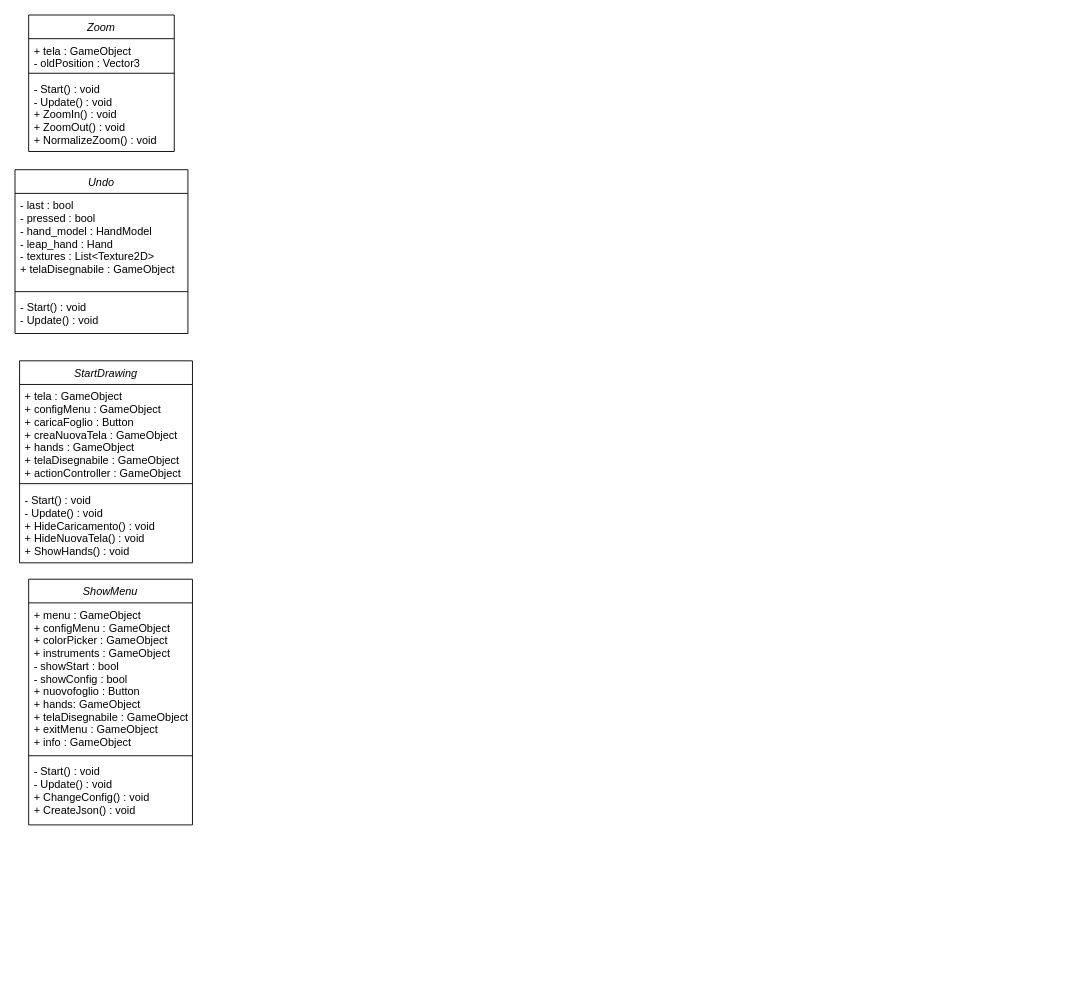
LuMug/VirtualPainter keeps this draw.io diagram as Documentazione/class_diagram_2.drawio. Above is the earlier version. Source tidied: cells renumbered, new cells numbered last; positions are measured from the earlier drawing's top-left corner, leaving out a move shared by most shapes. Both pictures are drawn from the tidied source at 91%, with x=0, y=0 at pixel (15, 15).
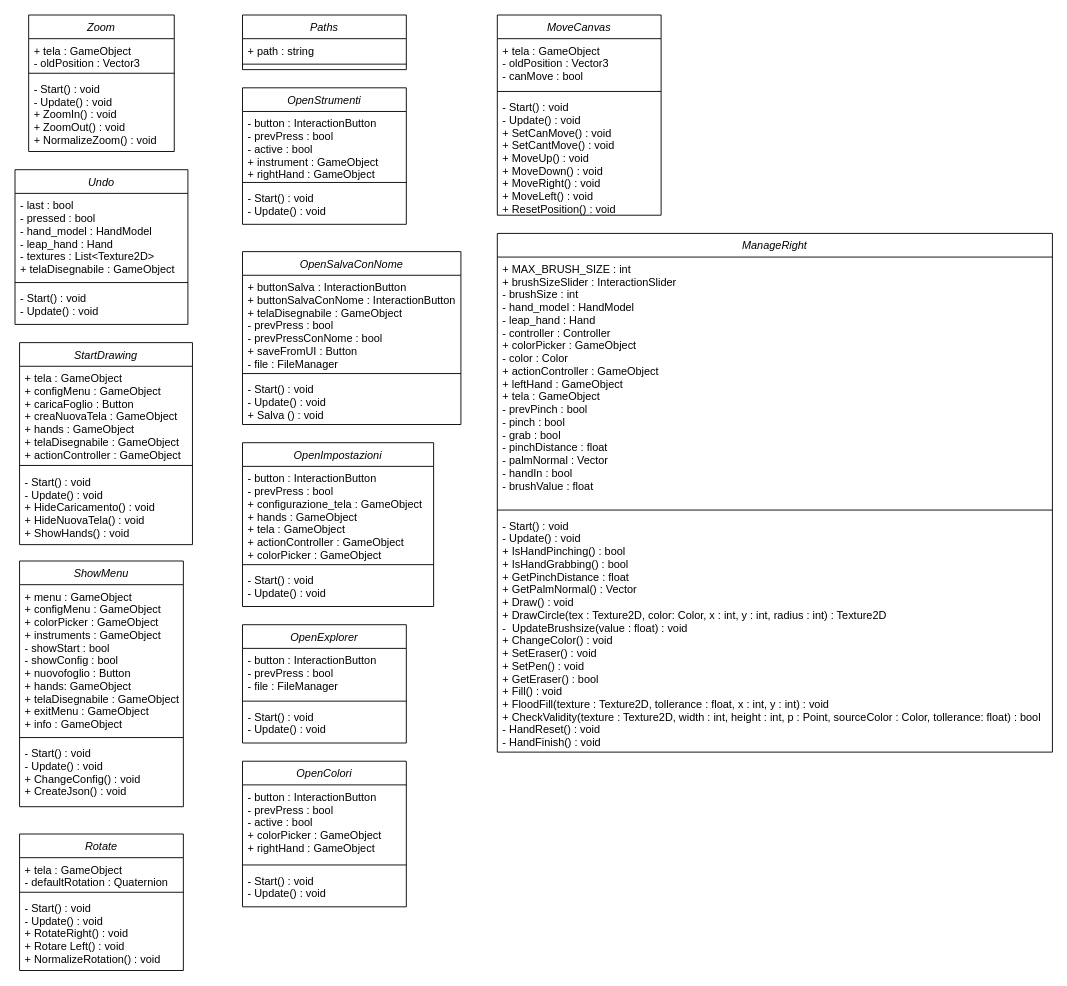
The same diagram, later.

What changed in the source:
```diff
@@
     <mxCell id="6" value="Undo" style="swimlane;fontStyle=2;align=center;verticalAlign=top;horizontal=1;startSize=26;rounded=0;shadow=0;strokeWidth=1;" parent="1" vertex="1">
-      <mxGeometry y="170" width="190" height="180" as="geometry" />
+      <mxGeometry y="170" width="190" height="170" as="geometry" />
     </mxCell>
     <mxCell id="7" value="- last : bool&#10;- pressed : bool&#10;- hand_model : HandModel&#10;- leap_hand : Hand&#10;- textures : List&lt;Texture2D&gt;&#10;+ telaDisegnabile : GameObject" style="text;align=left;verticalAlign=top;spacingLeft=4;spacingRight=4;overflow=hidden;" parent="6" vertex="1">
-      <mxGeometry y="26" width="190" height="104" as="geometry" />
+      <mxGeometry y="26" width="190" height="94" as="geometry" />
     </mxCell>
     <mxCell id="8" style="line;html=1;strokeWidth=1;align=left;verticalAlign=middle;spacingTop=-1;spacingLeft=3;spacingRight=3;labelPosition=right;" parent="6" vertex="1">
-      <mxGeometry y="130" width="190" height="8" as="geometry" />
+      <mxGeometry y="120" width="190" height="8" as="geometry" />
     </mxCell>
     <mxCell id="9" value="- Start() : void&#10;- Update() : void" style="text;align=left;verticalAlign=top;spacingLeft=4;spacingRight=4;overflow=hidden;" parent="6" vertex="1">
-      <mxGeometry y="138" width="190" height="42" as="geometry" />
+      <mxGeometry y="128" width="190" height="42" as="geometry" />
     </mxCell>
     <mxCell id="10" value="StartDrawing" style="swimlane;fontStyle=2;align=center;verticalAlign=top;horizontal=1;startSize=26;rounded=0;shadow=0;strokeWidth=1;" parent="1" vertex="1">
-      <mxGeometry x="5" y="380" width="190" height="222" as="geometry" />
+      <mxGeometry x="5" y="360" width="190" height="222" as="geometry" />
     </mxCell>
@@
     <mxCell id="14" value="ShowMenu" style="swimlane;fontStyle=2;align=center;verticalAlign=top;horizontal=1;startSize=26;rounded=0;shadow=0;strokeWidth=1;" parent="1" vertex="1">
-      <mxGeometry x="15" y="620" width="180" height="270" as="geometry" />
+      <mxGeometry x="5" y="600" width="180" height="270" as="geometry" />
     </mxCell>
@@
+    <mxCell id="18" value="Rotate" style="swimlane;fontStyle=2;align=center;verticalAlign=top;horizontal=1;startSize=26;rounded=0;shadow=0;strokeWidth=1;" parent="1" vertex="1">
+      <mxGeometry x="5" y="900" width="180" height="150" as="geometry" />
+    </mxCell>
+    <mxCell id="19" value="+ tela : GameObject&#10;- defaultRotation : Quaternion" style="text;align=left;verticalAlign=top;spacingLeft=4;spacingRight=4;overflow=hidden;" parent="18" vertex="1">
+      <mxGeometry y="26" width="180" height="34" as="geometry" />
+    </mxCell>
+    <mxCell id="20" style="line;html=1;strokeWidth=1;align=left;verticalAlign=middle;spacingTop=-1;spacingLeft=3;spacingRight=3;labelPosition=right;" parent="18" vertex="1">
+      <mxGeometry y="60" width="180" height="8" as="geometry" />
+    </mxCell>
+    <mxCell id="21" value="- Start() : void&#10;- Update() : void&#10;+ RotateRight() : void&#10;+ Rotare Left() : void&#10;+ NormalizeRotation() : void" style="text;align=left;verticalAlign=top;spacingLeft=4;spacingRight=4;overflow=hidden;" parent="18" vertex="1">
+      <mxGeometry y="68" width="180" height="82" as="geometry" />
+    </mxCell>
+    <mxCell id="22" value="Paths" style="swimlane;fontStyle=2;align=center;verticalAlign=top;horizontal=1;startSize=26;rounded=0;shadow=0;strokeWidth=1;" parent="1" vertex="1">
+      <mxGeometry x="250" width="180" height="60" as="geometry" />
+    </mxCell>
+    <mxCell id="23" value="+ path : string" style="text;align=left;verticalAlign=top;spacingLeft=4;spacingRight=4;overflow=hidden;" parent="22" vertex="1">
+      <mxGeometry y="26" width="180" height="24" as="geometry" />
+    </mxCell>
+    <mxCell id="24" style="line;html=1;strokeWidth=1;align=left;verticalAlign=middle;spacingTop=-1;spacingLeft=3;spacingRight=3;labelPosition=right;" parent="22" vertex="1">
+      <mxGeometry y="50" width="180" height="8" as="geometry" />
+    </mxCell>
+    <mxCell id="25" value="OpenStrumenti" style="swimlane;fontStyle=2;align=center;verticalAlign=top;horizontal=1;startSize=26;rounded=0;shadow=0;strokeWidth=1;" parent="1" vertex="1">
+      <mxGeometry x="250" y="80" width="180" height="150" as="geometry" />
+    </mxCell>
+    <mxCell id="26" value="- button : InteractionButton&#10;- prevPress : bool&#10;- active : bool&#10;+ instrument : GameObject&#10;+ rightHand : GameObject" style="text;align=left;verticalAlign=top;spacingLeft=4;spacingRight=4;overflow=hidden;" parent="25" vertex="1">
+      <mxGeometry y="26" width="180" height="74" as="geometry" />
+    </mxCell>
+    <mxCell id="27" style="line;html=1;strokeWidth=1;align=left;verticalAlign=middle;spacingTop=-1;spacingLeft=3;spacingRight=3;labelPosition=right;" parent="25" vertex="1">
+      <mxGeometry y="100" width="180" height="8" as="geometry" />
+    </mxCell>
+    <mxCell id="28" value="- Start() : void&#10;- Update() : void&#10;" style="text;align=left;verticalAlign=top;spacingLeft=4;spacingRight=4;overflow=hidden;" parent="25" vertex="1">
+      <mxGeometry y="108" width="180" height="42" as="geometry" />
+    </mxCell>
+    <mxCell id="29" value="OpenSalvaConNome" style="swimlane;fontStyle=2;align=center;verticalAlign=top;horizontal=1;startSize=26;rounded=0;shadow=0;strokeWidth=1;" parent="1" vertex="1">
+      <mxGeometry x="250" y="260" width="240" height="190" as="geometry" />
+    </mxCell>
+    <mxCell id="30" value="+ buttonSalva : InteractionButton&#10;+ buttonSalvaConNome : InteractionButton&#10;+ telaDisegnabile : GameObject&#10;- prevPress : bool&#10;- prevPressConNome : bool&#10;+ saveFromUI : Button&#10;- file : FileManager" style="text;align=left;verticalAlign=top;spacingLeft=4;spacingRight=4;overflow=hidden;" parent="29" vertex="1">
+      <mxGeometry y="26" width="240" height="104" as="geometry" />
+    </mxCell>
+    <mxCell id="31" style="line;html=1;strokeWidth=1;align=left;verticalAlign=middle;spacingTop=-1;spacingLeft=3;spacingRight=3;labelPosition=right;" parent="29" vertex="1">
+      <mxGeometry y="130" width="240" height="8" as="geometry" />
+    </mxCell>
+    <mxCell id="32" value="- Start() : void&#10;- Update() : void&#10;+ Salva () : void" style="text;align=left;verticalAlign=top;spacingLeft=4;spacingRight=4;overflow=hidden;" parent="29" vertex="1">
+      <mxGeometry y="138" width="240" height="52" as="geometry" />
+    </mxCell>
+    <mxCell id="33" value="OpenImpostazioni" style="swimlane;fontStyle=2;align=center;verticalAlign=top;horizontal=1;startSize=26;rounded=0;shadow=0;strokeWidth=1;" parent="1" vertex="1">
+      <mxGeometry x="250" y="470" width="210" height="180" as="geometry" />
+    </mxCell>
+    <mxCell id="34" value="- button : InteractionButton&#10;- prevPress : bool&#10;+ configurazione_tela : GameObject&#10;+ hands : GameObject&#10;+ tela : GameObject&#10;+ actionController : GameObject&#10;+ colorPicker : GameObject&#10;" style="text;align=left;verticalAlign=top;spacingLeft=4;spacingRight=4;overflow=hidden;" parent="33" vertex="1">
+      <mxGeometry y="26" width="210" height="104" as="geometry" />
+    </mxCell>
+    <mxCell id="35" style="line;html=1;strokeWidth=1;align=left;verticalAlign=middle;spacingTop=-1;spacingLeft=3;spacingRight=3;labelPosition=right;" parent="33" vertex="1">
+      <mxGeometry y="130" width="210" height="8" as="geometry" />
+    </mxCell>
+    <mxCell id="36" value="- Start() : void&#10;- Update() : void" style="text;align=left;verticalAlign=top;spacingLeft=4;spacingRight=4;overflow=hidden;" parent="33" vertex="1">
+      <mxGeometry y="138" width="210" height="42" as="geometry" />
+    </mxCell>
+    <mxCell id="37" value="OpenExplorer" style="swimlane;fontStyle=2;align=center;verticalAlign=top;horizontal=1;startSize=26;rounded=0;shadow=0;strokeWidth=1;" parent="1" vertex="1">
+      <mxGeometry x="250" y="670" width="180" height="130" as="geometry" />
+    </mxCell>
+    <mxCell id="38" value="- button : InteractionButton&#10;- prevPress : bool&#10;- file : FileManager&#10;" style="text;align=left;verticalAlign=top;spacingLeft=4;spacingRight=4;overflow=hidden;" parent="37" vertex="1">
+      <mxGeometry y="26" width="180" height="54" as="geometry" />
+    </mxCell>
+    <mxCell id="39" style="line;html=1;strokeWidth=1;align=left;verticalAlign=middle;spacingTop=-1;spacingLeft=3;spacingRight=3;labelPosition=right;" parent="37" vertex="1">
+      <mxGeometry y="80" width="180" height="8" as="geometry" />
+    </mxCell>
+    <mxCell id="40" value="- Start() : void&#10;- Update() : void" style="text;align=left;verticalAlign=top;spacingLeft=4;spacingRight=4;overflow=hidden;" parent="37" vertex="1">
+      <mxGeometry y="88" width="180" height="42" as="geometry" />
+    </mxCell>
+    <mxCell id="41" value="OpenColori" style="swimlane;fontStyle=2;align=center;verticalAlign=top;horizontal=1;startSize=26;rounded=0;shadow=0;strokeWidth=1;" parent="1" vertex="1">
+      <mxGeometry x="250" y="820" width="180" height="160" as="geometry" />
+    </mxCell>
+    <mxCell id="42" value="- button : InteractionButton&#10;- prevPress : bool&#10;- active : bool&#10;+ colorPicker : GameObject&#10;+ rightHand : GameObject&#10;" style="text;align=left;verticalAlign=top;spacingLeft=4;spacingRight=4;overflow=hidden;" parent="41" vertex="1">
+      <mxGeometry y="26" width="180" height="84" as="geometry" />
+    </mxCell>
+    <mxCell id="43" style="line;html=1;strokeWidth=1;align=left;verticalAlign=middle;spacingTop=-1;spacingLeft=3;spacingRight=3;labelPosition=right;" parent="41" vertex="1">
+      <mxGeometry y="110" width="180" height="8" as="geometry" />
+    </mxCell>
+    <mxCell id="44" value="- Start() : void&#10;- Update() : void" style="text;align=left;verticalAlign=top;spacingLeft=4;spacingRight=4;overflow=hidden;" parent="41" vertex="1">
+      <mxGeometry y="118" width="180" height="42" as="geometry" />
+    </mxCell>
+    <mxCell id="45" value="MoveCanvas" style="swimlane;fontStyle=2;align=center;verticalAlign=top;horizontal=1;startSize=26;rounded=0;shadow=0;strokeWidth=1;" parent="1" vertex="1">
+      <mxGeometry x="530" width="180" height="220" as="geometry" />
+    </mxCell>
+    <mxCell id="46" value="+ tela : GameObject&#10;- oldPosition : Vector3&#10;- canMove : bool&#10;" style="text;align=left;verticalAlign=top;spacingLeft=4;spacingRight=4;overflow=hidden;" parent="45" vertex="1">
+      <mxGeometry y="26" width="180" height="54" as="geometry" />
+    </mxCell>
+    <mxCell id="47" style="line;html=1;strokeWidth=1;align=left;verticalAlign=middle;spacingTop=-1;spacingLeft=3;spacingRight=3;labelPosition=right;" parent="45" vertex="1">
+      <mxGeometry y="80" width="180" height="8" as="geometry" />
+    </mxCell>
+    <mxCell id="48" value="- Start() : void&#10;- Update() : void&#10;+ SetCanMove() : void&#10;+ SetCantMove() : void&#10;+ MoveUp() : void&#10;+ MoveDown() : void&#10;+ MoveRight() : void&#10;+ MoveLeft() : void&#10;+ ResetPosition() : void" style="text;align=left;verticalAlign=top;spacingLeft=4;spacingRight=4;overflow=hidden;" parent="45" vertex="1">
+      <mxGeometry y="88" width="180" height="132" as="geometry" />
+    </mxCell>
+    <mxCell id="49" value="ManageRight" style="swimlane;fontStyle=2;align=center;verticalAlign=top;horizontal=1;startSize=26;rounded=0;shadow=0;strokeWidth=1;" parent="1" vertex="1">
+      <mxGeometry x="530" y="240" width="610" height="570" as="geometry" />
+    </mxCell>
+    <mxCell id="50" value="+ MAX_BRUSH_SIZE : int&#10;+ brushSizeSlider : InteractionSlider&#10;- brushSize : int&#10;- hand_model : HandModel&#10;- leap_hand : Hand&#10;- controller : Controller&#10;+ colorPicker : GameObject&#10;- color : Color&#10;+ actionController : GameObject&#10;+ leftHand : GameObject&#10;+ tela : GameObject&#10;- prevPinch : bool&#10;- pinch : bool&#10;- grab : bool&#10;- pinchDistance : float&#10;- palmNormal : Vector&#10;- handIn : bool&#10;- brushValue : float" style="text;align=left;verticalAlign=top;spacingLeft=4;spacingRight=4;overflow=hidden;" parent="49" vertex="1">
+      <mxGeometry y="26" width="610" height="274" as="geometry" />
+    </mxCell>
+    <mxCell id="51" style="line;html=1;strokeWidth=1;align=left;verticalAlign=middle;spacingTop=-1;spacingLeft=3;spacingRight=3;labelPosition=right;" parent="49" vertex="1">
+      <mxGeometry y="300" width="610" height="8" as="geometry" />
+    </mxCell>
+    <mxCell id="52" value="- Start() : void&#10;- Update() : void&#10;+ IsHandPinching() : bool&#10;+ IsHandGrabbing() : bool&#10;+ GetPinchDistance : float&#10;+ GetPalmNormal() : Vector&#10;+ Draw() : void&#10;+ DrawCircle(tex : Texture2D, color: Color, x : int, y : int, radius : int) : Texture2D&#10;-  UpdateBrushsize(value : float) : void&#10;+ ChangeColor() : void&#10;+ SetEraser() : void&#10;+ SetPen() : void&#10;+ GetEraser() : bool&#10;+ Fill() : void&#10;+ FloodFill(texture : Texture2D, tollerance : float, x : int, y : int) : void&#10;+ CheckValidity(texture : Texture2D, width : int, height : int, p : Point, sourceColor : Color, tollerance: float) : bool&#10;- HandReset() : void&#10;- HandFinish() : void" style="text;align=left;verticalAlign=top;spacingLeft=4;spacingRight=4;overflow=hidden;" parent="49" vertex="1">
+      <mxGeometry y="308" width="610" height="262" as="geometry" />
+    </mxCell>
```
